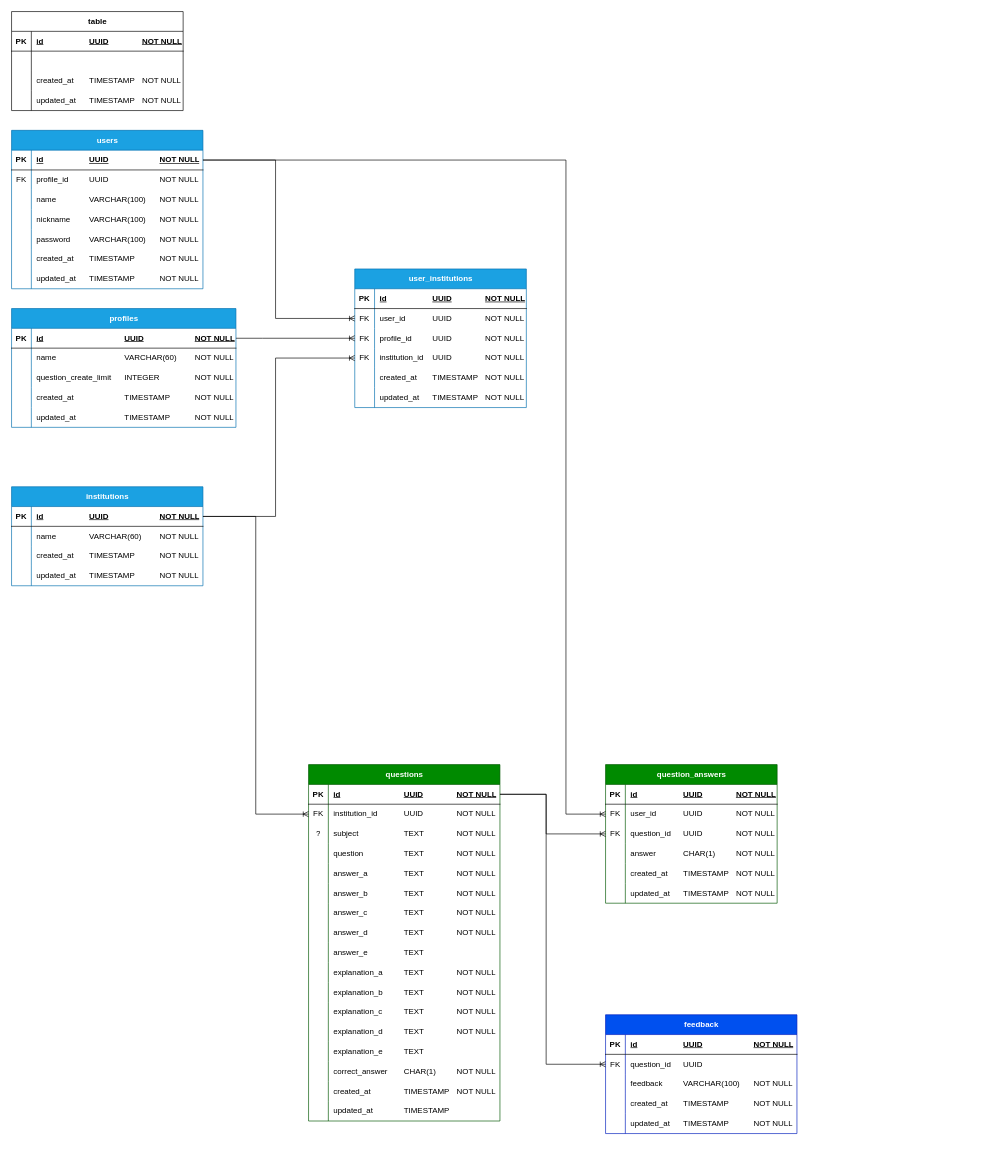
Before: docs/ai_questionary_db.drawio in pedro-vlps/uba_ai_auto_generate_questionary_api, a draw.io diagram. Source tidied: cells renumbered, new cells numbered last; positions are measured from the earlier drawing's top-left corner, leaving out a move shared by most shapes. Both pictures are drawn from the tidied source at 66%, with x=0, y=0 at pixel (11, 11).
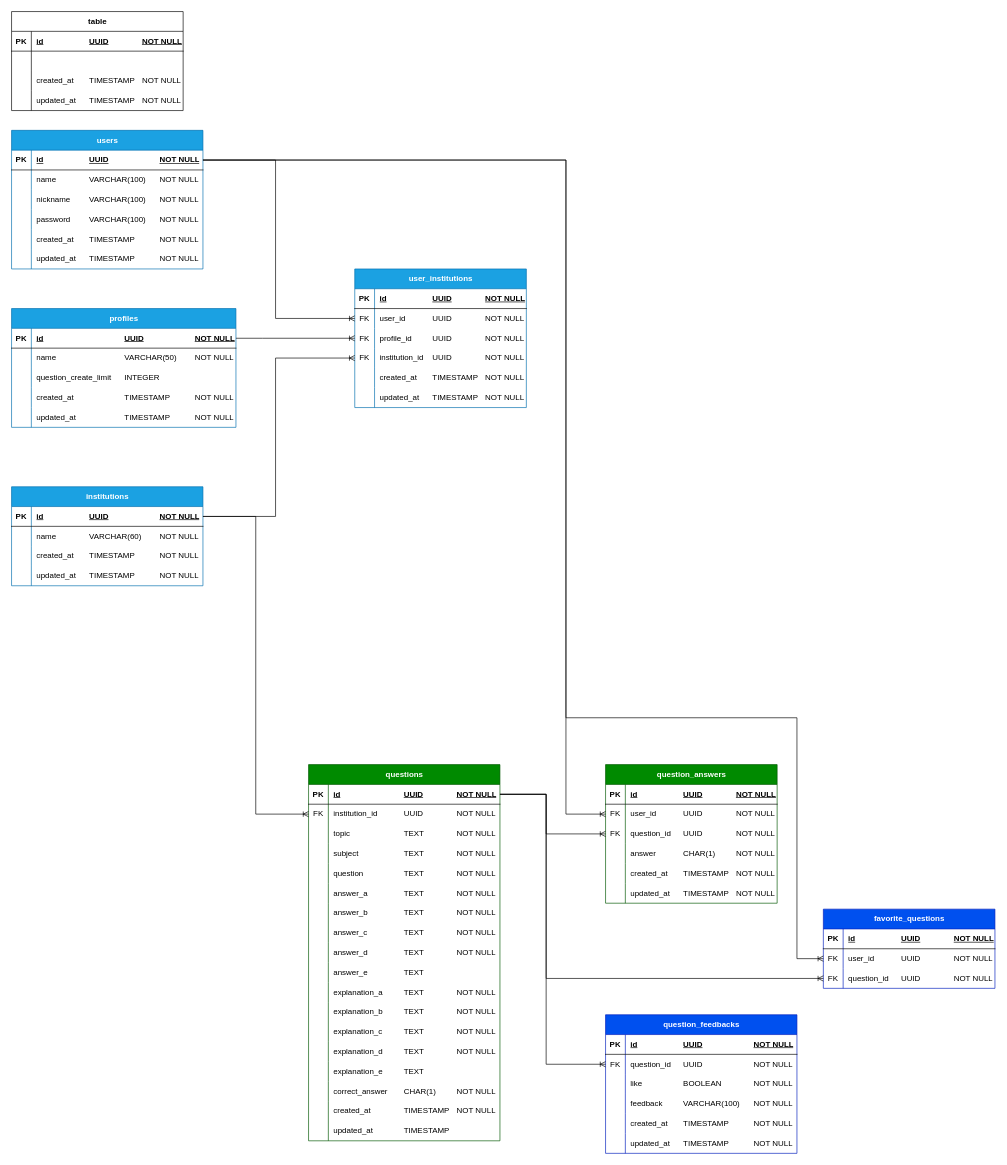
After the change.

Unchanged cells that the change refers to:
```xml
<mxCell id="3" style="shape=tableRow;horizontal=0;startSize=0;swimlaneHead=0;swimlaneBody=0;fillColor=none;points=[[0,0.5],[1,0.5]];portConstraint=eastwest;top=0;left=0;right=0;bottom=1;" parent="2" vertex="1">
  <mxGeometry y="30" width="290" height="30" as="geometry" />
</mxCell>
<mxCell id="41" style="shape=tableRow;horizontal=0;startSize=0;swimlaneHead=0;swimlaneBody=0;fillColor=none;top=0;left=0;right=0;bottom=0;" parent="37" vertex="1">
  <mxGeometry y="60" width="340" height="30" as="geometry" />
</mxCell>
<mxCell id="44" style="shape=tableRow;horizontal=0;startSize=0;swimlaneHead=0;swimlaneBody=0;fillColor=none;top=0;left=0;right=0;bottom=0;" parent="37" vertex="1">
  <mxGeometry y="90" width="340" height="30" as="geometry" />
</mxCell>
<mxCell id="89" style="shape=tableRow;horizontal=0;startSize=0;swimlaneHead=0;swimlaneBody=0;fillColor=none;points=[[0,0.5],[1,0.5]];portConstraint=eastwest;top=0;left=0;right=0;bottom=1;" parent="88" vertex="1">
  <mxGeometry y="30" width="290" height="30" as="geometry" />
</mxCell>
<mxCell id="95" style="shape=tableRow;horizontal=0;startSize=0;swimlaneHead=0;swimlaneBody=0;fillColor=none;top=0;left=0;right=0;bottom=0;" parent="88" vertex="1">
  <mxGeometry y="90" width="290" height="30" as="geometry" />
</mxCell>
<mxCell id="166" style="shape=tableRow;horizontal=0;startSize=0;swimlaneHead=0;swimlaneBody=0;fillColor=none;points=[[0,0.5],[1,0.5]];portConstraint=eastwest;top=0;left=0;right=0;bottom=0;" parent="162" vertex="1">
  <mxGeometry y="60" width="290" height="30" as="geometry" />
</mxCell>
<mxCell id="169" style="shape=tableRow;horizontal=0;startSize=0;swimlaneHead=0;swimlaneBody=0;fillColor=none;top=0;left=0;right=0;bottom=0;" parent="162" vertex="1">
  <mxGeometry y="90" width="290" height="30" as="geometry" />
</mxCell>
```

Change to the diagram source:
```diff
@@
     <mxCell id="2" value="users" style="shape=table;startSize=30;childLayout=tableLayout;rowLines=0;fontStyle=1;align=center;html=1;fillColor=#1ba1e2;fontColor=#ffffff;strokeColor=#006EAF;" parent="1" vertex="1">
-      <mxGeometry y="180" width="290" height="240" as="geometry" />
+      <mxGeometry y="180" width="290" height="210" as="geometry" />
     </mxCell>
@@
-    <mxCell id="6" style="shape=tableRow;horizontal=0;startSize=0;swimlaneHead=0;swimlaneBody=0;fillColor=none;top=0;left=0;right=0;bottom=0;" parent="2" vertex="1">
-      <mxGeometry y="60" width="290" height="30" as="geometry" />
-    </mxCell>
-    <mxCell id="7" value="FK" style="shape=partialRectangle;fillColor=none;top=0;left=0;bottom=0;right=0;overflow=hidden;whiteSpace=wrap;html=1;" parent="6" vertex="1">
-      <mxGeometry width="30" height="30" as="geometry" />
-    </mxCell>
-    <mxCell id="8" value="profile_id&lt;span style=&quot;white-space: pre;&quot;&gt;&#9;&lt;/span&gt;&lt;span style=&quot;white-space: pre;&quot;&gt;&#9;&lt;/span&gt;UUID&lt;span style=&quot;white-space: pre;&quot;&gt;&#9;&lt;/span&gt;&lt;span style=&quot;white-space: pre;&quot;&gt;&#9;&lt;/span&gt;&lt;span style=&quot;white-space: pre;&quot;&gt;&#9;&lt;/span&gt;NOT NULL" style="shape=partialRectangle;fillColor=none;top=0;left=0;bottom=0;right=0;align=left;spacingLeft=6;overflow=hidden;whiteSpace=wrap;html=1;" parent="6" vertex="1">
-      <mxGeometry x="30" width="260" height="30" as="geometry" />
-    </mxCell>
     <mxCell id="9" style="shape=tableRow;horizontal=0;startSize=0;swimlaneHead=0;swimlaneBody=0;fillColor=none;top=0;left=0;right=0;bottom=0;" parent="2" vertex="1">
-      <mxGeometry y="90" width="290" height="30" as="geometry" />
+      <mxGeometry y="60" width="290" height="30" as="geometry" />
     </mxCell>
@@
     <mxCell id="12" style="shape=tableRow;horizontal=0;startSize=0;swimlaneHead=0;swimlaneBody=0;fillColor=none;top=0;left=0;right=0;bottom=0;" parent="2" vertex="1">
-      <mxGeometry y="120" width="290" height="30" as="geometry" />
+      <mxGeometry y="90" width="290" height="30" as="geometry" />
     </mxCell>
@@
     <mxCell id="15" style="shape=tableRow;horizontal=0;startSize=0;swimlaneHead=0;swimlaneBody=0;fillColor=none;top=0;left=0;right=0;bottom=0;" parent="2" vertex="1">
-      <mxGeometry y="150" width="290" height="30" as="geometry" />
+      <mxGeometry y="120" width="290" height="30" as="geometry" />
     </mxCell>
@@
     <mxCell id="18" style="shape=tableRow;horizontal=0;startSize=0;swimlaneHead=0;swimlaneBody=0;fillColor=none;top=0;left=0;right=0;bottom=0;" parent="2" vertex="1">
-      <mxGeometry y="180" width="290" height="30" as="geometry" />
+      <mxGeometry y="150" width="290" height="30" as="geometry" />
     </mxCell>
@@
     <mxCell id="21" style="shape=tableRow;horizontal=0;startSize=0;swimlaneHead=0;swimlaneBody=0;fillColor=none;top=0;left=0;right=0;bottom=0;" parent="2" vertex="1">
-      <mxGeometry y="210" width="290" height="30" as="geometry" />
+      <mxGeometry y="180" width="290" height="30" as="geometry" />
     </mxCell>
@@
-    <mxCell id="43" value="name&lt;span style=&quot;white-space: pre;&quot;&gt;&#9;&lt;span style=&quot;white-space: pre;&quot;&gt;&#9;&lt;/span&gt;&lt;span style=&quot;white-space: pre;&quot;&gt;&#9;&lt;/span&gt;&lt;span style=&quot;white-space: pre;&quot;&gt;&#9;&lt;/span&gt;&lt;/span&gt;VARCHAR(60)&lt;span style=&quot;white-space: pre;&quot;&gt;&#9;&lt;/span&gt;NOT NULL" style="shape=partialRectangle;fillColor=none;top=0;left=0;bottom=0;right=0;align=left;spacingLeft=6;overflow=hidden;whiteSpace=wrap;html=1;" parent="41" vertex="1">
+    <mxCell id="43" value="name&lt;span style=&quot;white-space: pre;&quot;&gt;&#9;&lt;span style=&quot;white-space: pre;&quot;&gt;&#9;&lt;/span&gt;&lt;span style=&quot;white-space: pre;&quot;&gt;&#9;&lt;/span&gt;&lt;span style=&quot;white-space: pre;&quot;&gt;&#9;&lt;/span&gt;&lt;/span&gt;VARCHAR(50)&lt;span style=&quot;white-space: pre;&quot;&gt;&#9;&lt;/span&gt;NOT NULL" style="shape=partialRectangle;fillColor=none;top=0;left=0;bottom=0;right=0;align=left;spacingLeft=6;overflow=hidden;whiteSpace=wrap;html=1;" parent="41" vertex="1">
       <mxGeometry x="30" width="310" height="30" as="geometry" />
     </mxCell>
@@
-    <mxCell id="46" value="question_create_limit&lt;span style=&quot;white-space: pre;&quot;&gt;&#9;&lt;/span&gt;INTEGER&lt;span style=&quot;white-space: pre;&quot;&gt;&#9;&lt;/span&gt;&lt;span style=&quot;white-space: pre;&quot;&gt;&#9;&lt;/span&gt;NOT NULL" style="shape=partialRectangle;fillColor=none;top=0;left=0;bottom=0;right=0;align=left;spacingLeft=6;overflow=hidden;whiteSpace=wrap;html=1;" parent="44" vertex="1">
+    <mxCell id="46" value="question_create_limit&lt;span style=&quot;white-space: pre;&quot;&gt;&#9;&lt;/span&gt;INTEGER" style="shape=partialRectangle;fillColor=none;top=0;left=0;bottom=0;right=0;align=left;spacingLeft=6;overflow=hidden;whiteSpace=wrap;html=1;" parent="44" vertex="1">
       <mxGeometry x="30" width="310" height="30" as="geometry" />
     </mxCell>
@@
     <mxCell id="88" value="questions" style="shape=table;startSize=30;childLayout=tableLayout;rowLines=0;fontStyle=1;align=center;html=1;fillColor=#008a00;fontColor=#ffffff;strokeColor=#005700;" parent="1" vertex="1">
-      <mxGeometry x="450" y="1141" width="290" height="540" as="geometry" />
+      <mxGeometry x="450" y="1141" width="290" height="570" as="geometry" />
     </mxCell>
@@
-    <mxCell id="96" value="?" style="shape=partialRectangle;fillColor=none;top=0;left=0;bottom=0;right=0;overflow=hidden;whiteSpace=wrap;html=1;" parent="95" vertex="1">
+    <mxCell id="96" style="shape=partialRectangle;fillColor=none;top=0;left=0;bottom=0;right=0;overflow=hidden;whiteSpace=wrap;html=1;" parent="95" vertex="1">
       <mxGeometry width="30" height="30" as="geometry" />
     </mxCell>
-    <mxCell id="97" value="subject&lt;span style=&quot;white-space: pre;&quot;&gt;&#9;&lt;/span&gt;&lt;span style=&quot;white-space: pre;&quot;&gt;&#9;&lt;/span&gt;&lt;span style=&quot;white-space: pre;&quot;&gt;&#9;&lt;/span&gt;TEXT&lt;span style=&quot;white-space: pre;&quot;&gt;&#9;&lt;span style=&quot;white-space: pre;&quot;&gt;&#9;&lt;/span&gt;&lt;/span&gt;NOT NULL" style="shape=partialRectangle;fillColor=none;top=0;left=0;bottom=0;right=0;align=left;spacingLeft=6;overflow=hidden;whiteSpace=wrap;html=1;" parent="95" vertex="1">
+    <mxCell id="97" value="topic&lt;span style=&quot;white-space: pre;&quot;&gt;&#9;&lt;/span&gt;&lt;span style=&quot;white-space: pre;&quot;&gt;&#9;&lt;/span&gt;&lt;span style=&quot;white-space: pre;&quot;&gt;&#9;&lt;/span&gt;TEXT&lt;span style=&quot;white-space: pre;&quot;&gt;&#9;&lt;span style=&quot;white-space: pre;&quot;&gt;&#9;&lt;/span&gt;&lt;/span&gt;NOT NULL" style="shape=partialRectangle;fillColor=none;top=0;left=0;bottom=0;right=0;align=left;spacingLeft=6;overflow=hidden;whiteSpace=wrap;html=1;" parent="95" vertex="1">
       <mxGeometry x="30" width="260" height="30" as="geometry" />
     </mxCell>
+    <mxCell id="179" style="shape=tableRow;horizontal=0;startSize=0;swimlaneHead=0;swimlaneBody=0;fillColor=none;top=0;left=0;right=0;bottom=0;" parent="88" vertex="1">
+      <mxGeometry y="120" width="290" height="30" as="geometry" />
+    </mxCell>
+    <mxCell id="180" style="shape=partialRectangle;fillColor=none;top=0;left=0;bottom=0;right=0;overflow=hidden;whiteSpace=wrap;html=1;" parent="179" vertex="1">
+      <mxGeometry width="30" height="30" as="geometry" />
+    </mxCell>
+    <mxCell id="181" value="subject&lt;span style=&quot;white-space: pre;&quot;&gt;&#9;&lt;/span&gt;&lt;span style=&quot;white-space: pre;&quot;&gt;&#9;&lt;/span&gt;&lt;span style=&quot;white-space: pre;&quot;&gt;&#9;&lt;/span&gt;TEXT&lt;span style=&quot;white-space: pre;&quot;&gt;&#9;&lt;span style=&quot;white-space: pre;&quot;&gt;&#9;&lt;/span&gt;&lt;/span&gt;NOT NULL" style="shape=partialRectangle;fillColor=none;top=0;left=0;bottom=0;right=0;align=left;spacingLeft=6;overflow=hidden;whiteSpace=wrap;html=1;" parent="179" vertex="1">
+      <mxGeometry x="30" width="260" height="30" as="geometry" />
+    </mxCell>
     <mxCell id="98" style="shape=tableRow;horizontal=0;startSize=0;swimlaneHead=0;swimlaneBody=0;fillColor=none;top=0;left=0;right=0;bottom=0;" parent="88" vertex="1">
-      <mxGeometry y="120" width="290" height="30" as="geometry" />
+      <mxGeometry y="150" width="290" height="30" as="geometry" />
     </mxCell>
@@
     <mxCell id="101" style="shape=tableRow;horizontal=0;startSize=0;swimlaneHead=0;swimlaneBody=0;fillColor=none;top=0;left=0;right=0;bottom=0;" parent="88" vertex="1">
-      <mxGeometry y="150" width="290" height="30" as="geometry" />
+      <mxGeometry y="180" width="290" height="30" as="geometry" />
     </mxCell>
@@
     <mxCell id="104" style="shape=tableRow;horizontal=0;startSize=0;swimlaneHead=0;swimlaneBody=0;fillColor=none;top=0;left=0;right=0;bottom=0;" parent="88" vertex="1">
-      <mxGeometry y="180" width="290" height="30" as="geometry" />
+      <mxGeometry y="210" width="290" height="30" as="geometry" />
     </mxCell>
@@
     <mxCell id="107" style="shape=tableRow;horizontal=0;startSize=0;swimlaneHead=0;swimlaneBody=0;fillColor=none;top=0;left=0;right=0;bottom=0;" parent="88" vertex="1">
-      <mxGeometry y="210" width="290" height="30" as="geometry" />
+      <mxGeometry y="240" width="290" height="30" as="geometry" />
     </mxCell>
@@
     <mxCell id="110" style="shape=tableRow;horizontal=0;startSize=0;swimlaneHead=0;swimlaneBody=0;fillColor=none;top=0;left=0;right=0;bottom=0;" parent="88" vertex="1">
-      <mxGeometry y="240" width="290" height="30" as="geometry" />
+      <mxGeometry y="270" width="290" height="30" as="geometry" />
     </mxCell>
@@
     <mxCell id="113" style="shape=tableRow;horizontal=0;startSize=0;swimlaneHead=0;swimlaneBody=0;fillColor=none;top=0;left=0;right=0;bottom=0;" parent="88" vertex="1">
-      <mxGeometry y="270" width="290" height="30" as="geometry" />
+      <mxGeometry y="300" width="290" height="30" as="geometry" />
     </mxCell>
@@
     <mxCell id="116" style="shape=tableRow;horizontal=0;startSize=0;swimlaneHead=0;swimlaneBody=0;fillColor=none;top=0;left=0;right=0;bottom=0;" parent="88" vertex="1">
-      <mxGeometry y="300" width="290" height="30" as="geometry" />
+      <mxGeometry y="330" width="290" height="30" as="geometry" />
     </mxCell>
@@
     <mxCell id="119" style="shape=tableRow;horizontal=0;startSize=0;swimlaneHead=0;swimlaneBody=0;fillColor=none;top=0;left=0;right=0;bottom=0;" parent="88" vertex="1">
-      <mxGeometry y="330" width="290" height="30" as="geometry" />
+      <mxGeometry y="360" width="290" height="30" as="geometry" />
     </mxCell>
@@
     <mxCell id="122" style="shape=tableRow;horizontal=0;startSize=0;swimlaneHead=0;swimlaneBody=0;fillColor=none;top=0;left=0;right=0;bottom=0;" parent="88" vertex="1">
-      <mxGeometry y="360" width="290" height="30" as="geometry" />
+      <mxGeometry y="390" width="290" height="30" as="geometry" />
     </mxCell>
@@
     <mxCell id="125" style="shape=tableRow;horizontal=0;startSize=0;swimlaneHead=0;swimlaneBody=0;fillColor=none;top=0;left=0;right=0;bottom=0;" parent="88" vertex="1">
-      <mxGeometry y="390" width="290" height="30" as="geometry" />
+      <mxGeometry y="420" width="290" height="30" as="geometry" />
     </mxCell>
@@
     <mxCell id="128" style="shape=tableRow;horizontal=0;startSize=0;swimlaneHead=0;swimlaneBody=0;fillColor=none;top=0;left=0;right=0;bottom=0;" parent="88" vertex="1">
-      <mxGeometry y="420" width="290" height="30" as="geometry" />
+      <mxGeometry y="450" width="290" height="30" as="geometry" />
     </mxCell>
@@
     <mxCell id="131" style="shape=tableRow;horizontal=0;startSize=0;swimlaneHead=0;swimlaneBody=0;fillColor=none;top=0;left=0;right=0;bottom=0;" parent="88" vertex="1">
-      <mxGeometry y="450" width="290" height="30" as="geometry" />
+      <mxGeometry y="480" width="290" height="30" as="geometry" />
     </mxCell>
@@
     <mxCell id="134" style="shape=tableRow;horizontal=0;startSize=0;swimlaneHead=0;swimlaneBody=0;fillColor=none;top=0;left=0;right=0;bottom=0;" parent="88" vertex="1">
-      <mxGeometry y="480" width="290" height="30" as="geometry" />
+      <mxGeometry y="510" width="290" height="30" as="geometry" />
     </mxCell>
@@
     <mxCell id="137" style="shape=tableRow;horizontal=0;startSize=0;swimlaneHead=0;swimlaneBody=0;fillColor=none;top=0;left=0;right=0;bottom=0;" parent="88" vertex="1">
-      <mxGeometry y="510" width="290" height="30" as="geometry" />
+      <mxGeometry y="540" width="290" height="30" as="geometry" />
     </mxCell>
@@
-    <mxCell id="162" value="feedback" style="shape=table;startSize=30;childLayout=tableLayout;rowLines=0;fontStyle=1;align=center;html=1;fillColor=#0050ef;fontColor=#ffffff;strokeColor=#001DBC;" parent="1" vertex="1">
-      <mxGeometry x="900" y="1520" width="290" height="180" as="geometry" />
+    <mxCell id="162" value="question_feedbacks" style="shape=table;startSize=30;childLayout=tableLayout;rowLines=0;fontStyle=1;align=center;html=1;fillColor=#0050ef;fontColor=#ffffff;strokeColor=#001DBC;" parent="1" vertex="1">
+      <mxGeometry x="900" y="1520" width="290" height="210" as="geometry" />
     </mxCell>
@@
-    <mxCell id="168" value="question_id&lt;span style=&quot;white-space: pre;&quot;&gt;&#9;&lt;/span&gt;UUID" style="shape=partialRectangle;fillColor=none;top=0;left=0;bottom=0;right=0;align=left;spacingLeft=6;overflow=hidden;whiteSpace=wrap;html=1;" parent="166" vertex="1">
+    <mxCell id="168" value="question_id&lt;span style=&quot;white-space: pre;&quot;&gt;&#9;&lt;/span&gt;UUID&lt;span style=&quot;white-space: pre;&quot;&gt;&#9;&lt;/span&gt;&lt;span style=&quot;white-space: pre;&quot;&gt;&#9;&lt;/span&gt;&lt;span style=&quot;white-space: pre;&quot;&gt;&#9;&lt;/span&gt;NOT NULL" style="shape=partialRectangle;fillColor=none;top=0;left=0;bottom=0;right=0;align=left;spacingLeft=6;overflow=hidden;whiteSpace=wrap;html=1;" parent="166" vertex="1">
       <mxGeometry x="30" width="260" height="30" as="geometry" />
     </mxCell>
@@
-    <mxCell id="171" value="feedback&lt;span style=&quot;white-space: pre;&quot;&gt;&#9;&lt;/span&gt;&lt;span style=&quot;white-space: pre;&quot;&gt;&#9;&lt;/span&gt;VARCHAR(100)&lt;span style=&quot;white-space: pre;&quot;&gt;&#9;&lt;/span&gt;NOT NULL" style="shape=partialRectangle;fillColor=none;top=0;left=0;bottom=0;right=0;align=left;spacingLeft=6;overflow=hidden;whiteSpace=wrap;html=1;" parent="169" vertex="1">
+    <mxCell id="171" value="like&lt;span style=&quot;white-space: pre;&quot;&gt;&#9;&lt;/span&gt;&lt;span style=&quot;white-space: pre;&quot;&gt;&#9;&lt;/span&gt;&lt;span style=&quot;white-space: pre;&quot;&gt;&#9;&lt;/span&gt;BOOLEAN&lt;span style=&quot;white-space: pre;&quot;&gt;&#9;&lt;/span&gt;&lt;span style=&quot;white-space: pre;&quot;&gt;&#9;&lt;/span&gt;NOT NULL" style="shape=partialRectangle;fillColor=none;top=0;left=0;bottom=0;right=0;align=left;spacingLeft=6;overflow=hidden;whiteSpace=wrap;html=1;" parent="169" vertex="1">
       <mxGeometry x="30" width="260" height="30" as="geometry" />
     </mxCell>
+    <mxCell id="182" style="shape=tableRow;horizontal=0;startSize=0;swimlaneHead=0;swimlaneBody=0;fillColor=none;top=0;left=0;right=0;bottom=0;" parent="162" vertex="1">
+      <mxGeometry y="120" width="290" height="30" as="geometry" />
+    </mxCell>
+    <mxCell id="183" style="shape=partialRectangle;fillColor=none;top=0;left=0;bottom=0;right=0;overflow=hidden;whiteSpace=wrap;html=1;" parent="182" vertex="1">
+      <mxGeometry width="30" height="30" as="geometry" />
+    </mxCell>
+    <mxCell id="184" value="feedback&lt;span style=&quot;white-space: pre;&quot;&gt;&#9;&lt;/span&gt;&lt;span style=&quot;white-space: pre;&quot;&gt;&#9;&lt;/span&gt;VARCHAR(100)&lt;span style=&quot;white-space: pre;&quot;&gt;&#9;&lt;/span&gt;NOT NULL" style="shape=partialRectangle;fillColor=none;top=0;left=0;bottom=0;right=0;align=left;spacingLeft=6;overflow=hidden;whiteSpace=wrap;html=1;" parent="182" vertex="1">
+      <mxGeometry x="30" width="260" height="30" as="geometry" />
+    </mxCell>
     <mxCell id="172" style="shape=tableRow;horizontal=0;startSize=0;swimlaneHead=0;swimlaneBody=0;fillColor=none;top=0;left=0;right=0;bottom=0;" parent="162" vertex="1">
-      <mxGeometry y="120" width="290" height="30" as="geometry" />
+      <mxGeometry y="150" width="290" height="30" as="geometry" />
     </mxCell>
@@
     <mxCell id="175" style="shape=tableRow;horizontal=0;startSize=0;swimlaneHead=0;swimlaneBody=0;fillColor=none;top=0;left=0;right=0;bottom=0;" parent="162" vertex="1">
-      <mxGeometry y="150" width="290" height="30" as="geometry" />
+      <mxGeometry y="180" width="290" height="30" as="geometry" />
     </mxCell>
@@
+    <mxCell id="185" value="favorite_questions" style="shape=table;startSize=30;childLayout=tableLayout;rowLines=0;fontStyle=1;align=center;html=1;fillColor=#0050ef;fontColor=#ffffff;strokeColor=#001DBC;" parent="1" vertex="1">
+      <mxGeometry x="1230" y="1360" width="260" height="120" as="geometry" />
+    </mxCell>
+    <mxCell id="186" style="shape=tableRow;horizontal=0;startSize=0;swimlaneHead=0;swimlaneBody=0;fillColor=none;top=0;left=0;right=0;bottom=1;" parent="185" vertex="1">
+      <mxGeometry y="30" width="260" height="30" as="geometry" />
+    </mxCell>
+    <mxCell id="187" value="PK" style="shape=partialRectangle;fillColor=none;top=0;left=0;bottom=0;right=0;fontStyle=1;overflow=hidden;whiteSpace=wrap;html=1;" parent="186" vertex="1">
+      <mxGeometry width="30" height="30" as="geometry" />
+    </mxCell>
+    <mxCell id="188" value="id&lt;span style=&quot;white-space: pre;&quot;&gt;&#9;&lt;/span&gt;&lt;span style=&quot;white-space: pre;&quot;&gt;&#9;&lt;span style=&quot;white-space: pre;&quot;&gt;&#9;&lt;/span&gt;&lt;/span&gt;UUID&lt;span style=&quot;white-space: pre;&quot;&gt;&#9;&lt;/span&gt;&lt;span style=&quot;white-space: pre;&quot;&gt;&#9;&lt;/span&gt;NOT NULL" style="shape=partialRectangle;fillColor=none;top=0;left=0;bottom=0;right=0;align=left;spacingLeft=6;fontStyle=5;overflow=hidden;whiteSpace=wrap;html=1;" parent="186" vertex="1">
+      <mxGeometry x="30" width="230" height="30" as="geometry" />
+    </mxCell>
+    <mxCell id="189" style="shape=tableRow;horizontal=0;startSize=0;swimlaneHead=0;swimlaneBody=0;fillColor=none;points=[[0,0.5],[1,0.5]];portConstraint=eastwest;top=0;left=0;right=0;bottom=0;" parent="185" vertex="1">
+      <mxGeometry y="60" width="260" height="30" as="geometry" />
+    </mxCell>
+    <mxCell id="190" value="FK" style="shape=partialRectangle;fillColor=none;top=0;left=0;bottom=0;right=0;overflow=hidden;whiteSpace=wrap;html=1;" parent="189" vertex="1">
+      <mxGeometry width="30" height="30" as="geometry" />
+    </mxCell>
+    <mxCell id="191" value="user_id&lt;span style=&quot;white-space: pre;&quot;&gt;&#9;&lt;/span&gt;&lt;span style=&quot;white-space: pre;&quot;&gt;&#9;&lt;/span&gt;UUID&lt;span style=&quot;white-space: pre;&quot;&gt;&#9;&lt;/span&gt;&lt;span style=&quot;white-space: pre;&quot;&gt;&#9;&lt;/span&gt;NOT NULL" style="shape=partialRectangle;fillColor=none;top=0;left=0;bottom=0;right=0;align=left;spacingLeft=6;overflow=hidden;whiteSpace=wrap;html=1;" parent="189" vertex="1">
+      <mxGeometry x="30" width="230" height="30" as="geometry" />
+    </mxCell>
+    <mxCell id="192" style="shape=tableRow;horizontal=0;startSize=0;swimlaneHead=0;swimlaneBody=0;fillColor=none;points=[[0,0.5],[1,0.5]];portConstraint=eastwest;top=0;left=0;right=0;bottom=0;" parent="185" vertex="1">
+      <mxGeometry y="90" width="260" height="30" as="geometry" />
+    </mxCell>
+    <mxCell id="193" value="FK" style="shape=partialRectangle;fillColor=none;top=0;left=0;bottom=0;right=0;overflow=hidden;whiteSpace=wrap;html=1;" parent="192" vertex="1">
+      <mxGeometry width="30" height="30" as="geometry" />
+    </mxCell>
+    <mxCell id="194" value="question_id&lt;span style=&quot;white-space: pre;&quot;&gt;&#9;&lt;/span&gt;UUID&lt;span style=&quot;white-space: pre;&quot;&gt;&#9;&lt;/span&gt;&lt;span style=&quot;white-space: pre;&quot;&gt;&#9;&lt;/span&gt;NOT NULL" style="shape=partialRectangle;fillColor=none;top=0;left=0;bottom=0;right=0;align=left;spacingLeft=6;overflow=hidden;whiteSpace=wrap;html=1;" parent="192" vertex="1">
+      <mxGeometry x="30" width="230" height="30" as="geometry" />
+    </mxCell>
+    <mxCell id="195" style="edgeStyle=orthogonalEdgeStyle;shape=connector;rounded=0;jettySize=auto;html=1;exitX=1;exitY=0.5;exitDx=0;exitDy=0;entryX=0;entryY=0.5;entryDx=0;entryDy=0;strokeColor=default;align=center;verticalAlign=middle;fontFamily=Helvetica;fontSize=12;fontColor=default;labelBackgroundColor=default;endArrow=ERoneToMany;" parent="1" edge="1" source="89" target="192">
+      <mxGeometry relative="1" as="geometry">
+        <Array as="points">
+          <mxPoint x="810" y="1186" />
+          <mxPoint x="810" y="1465" />
+        </Array>
+      </mxGeometry>
+    </mxCell>
+    <mxCell id="196" style="edgeStyle=orthogonalEdgeStyle;shape=connector;rounded=0;jettySize=auto;html=1;exitX=1;exitY=0.5;exitDx=0;exitDy=0;entryX=0;entryY=0.5;entryDx=0;entryDy=0;strokeColor=default;align=center;verticalAlign=middle;fontFamily=Helvetica;fontSize=12;fontColor=default;labelBackgroundColor=default;endArrow=ERoneToMany;" parent="1" edge="1" source="3" target="189">
+      <mxGeometry relative="1" as="geometry">
+        <Array as="points">
+          <mxPoint x="840" y="225" />
+          <mxPoint x="840" y="1070" />
+          <mxPoint x="1190" y="1070" />
+          <mxPoint x="1190" y="1435" />
+        </Array>
+      </mxGeometry>
+    </mxCell>
```
